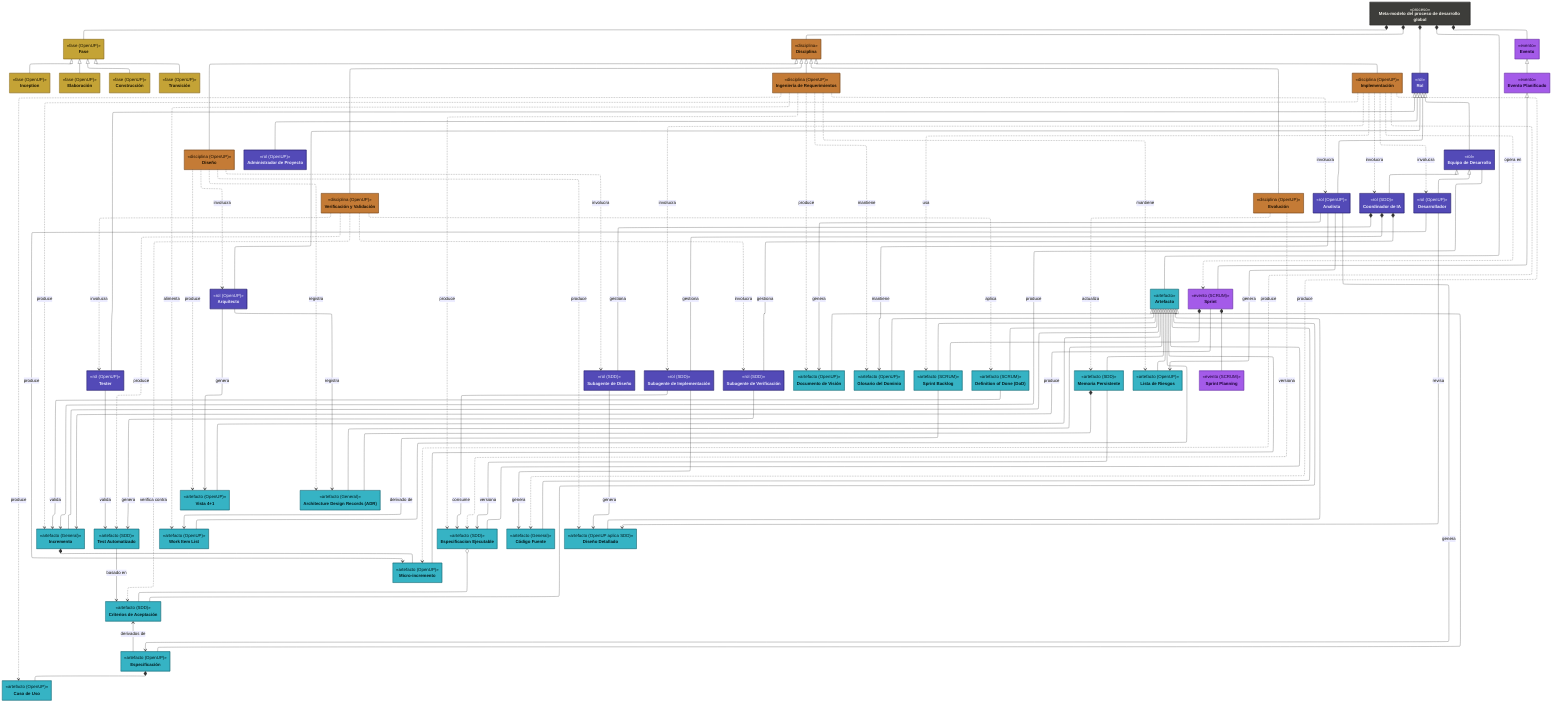
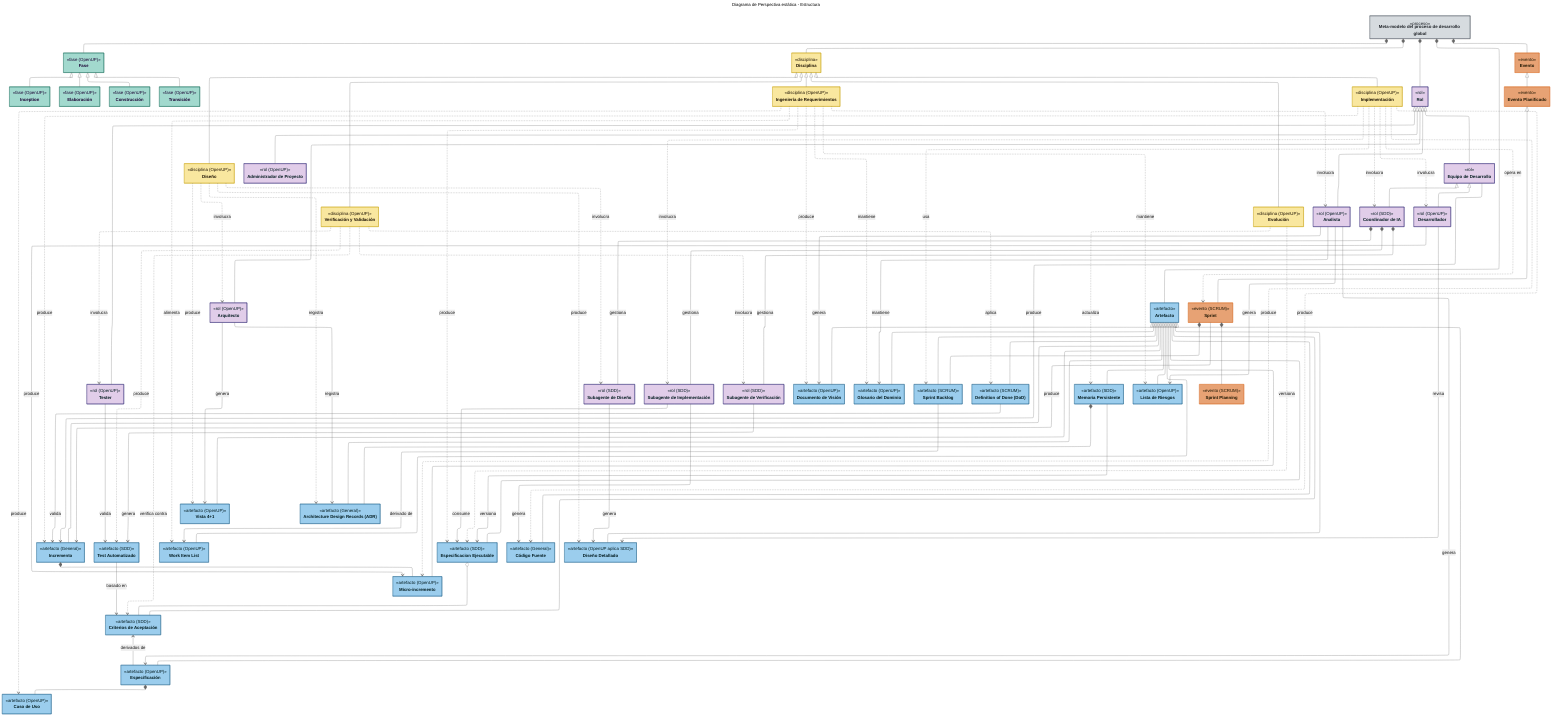
---
config:
   layout: elk
   class:
      hideEmptyMembersBox: true
+    theme: neutral
+ title: Diagrama de Perspectiva estática - Estructura
---
classDiagram


class MetamodeloProceso["Meta-modelo del proceso de desarrollo global"]:::proceso {
   <<proceso>>
}


class Fase["Fase"]:::fase {
   <<fase (OpenUP)>>
}
class FaseInception["Inception"]:::fase {
   <<fase (OpenUP)>>
}
class FaseElaboracion["Elaboración"]:::fase {
   <<fase (OpenUP)>>
}
class FaseConstruccion["Construcción"]:::fase {
   <<fase (OpenUP)>>
}
class FaseTransicion["Transición"]:::fase {
   <<fase (OpenUP)>>
}


class Disciplina["Disciplina"]:::disciplina {
   <<disciplina>>
}
class DisciplinaRequerimientos["Ingeniería de Requerimientos"]:::disciplina {
   <<disciplina (OpenUP)>>
}
class DisciplinaDiseno["Diseño"]:::disciplina {
   <<disciplina (OpenUP)>>
}
class DisciplinaImplementacion["Implementación"]:::disciplina {
   <<disciplina (OpenUP)>>
}
class DisciplinaVerificacion["Verificación y Validación"]:::disciplina {
   <<disciplina (OpenUP)>>
}
class DisciplinaEvolucion["Evolución"]:::disciplina {
   <<disciplina (OpenUP)>>
}


class Rol["Rol"]:::rol {
   <<rol>>
}
class AdministradorProyecto["Administrador de Proyecto"]:::rol{
   <<rol (OpenUP)>>
}
class Analista["Analista"]:::rol {
   <<rol (OpenUP)>>
}
class Arquitecto["Arquitecto"]:::rol {
   <<rol (OpenUP)>>
}
class Tester["Tester"]:::rol {
   <<rol (OpenUP)>>
}
class EquipoDesarrollo["Equipo de Desarrollo"]:::rol {
   <<rol>>
}
class CoordinadorIA["Coordinador de IA"]:::rol {
   <<rol (SDD)>>
}
class SubagenteDiseno["Subagente de Diseño"]:::rol {
   <<rol (SDD)>>
}
class SubagenteImplementacion["Subagente de Implementación"]:::rol {
   <<rol (SDD)>>
}
class SubagenteVerificacion["Subagente de Verificación"]:::rol {
   <<rol (SDD)>>
}
class Desarrollador["Desarrollador"]:::rol {
   <<rol (OpenUP)>>
}


class Artefacto["Artefacto"]:::artefacto {
   <<artefacto>>
}
class DocumentoVision["Documento de Visión"]:::artefacto {
   <<artefacto (OpenUP)>>
}
class Glosario["Glosario del Dominio"]:::artefacto {
   <<artefacto (OpenUP)>>
}
class CasoUso["Caso de Uso"]:::artefacto {
   <<artefacto (OpenUP)>>
}
class Especificacion["Especificación"]:::artefacto {
   <<artefacto (OpenUP)>>
}
class CriteriosAceptacion["Criterios de Aceptación"]:::artefacto {
   <<artefacto (SDD)>>
}
class Incremento["Incremento"]:::artefacto {
   <<artefacto (General)>>
}
class MicroIncremento["Micro-incremento"]:::artefacto {
   <<artefacto (OpenUP)>>
}
class Vista41["Vista 4+1"]:::artefacto {
   <<artefacto (OpenUP)>>
}
class TestAutomatizado["Test Automatizado"]:::artefacto {
   <<artefacto (SDD)>>
}
class WorkItemList["Work Item List"]:::artefacto {
   <<artefacto (OpenUP)>>
}
class SprintBacklog["Sprint Backlog"]:::artefacto {
   <<artefacto (SCRUM)>>
}
class DoD["Definition of Done (DoD)"]:::artefacto {
   <<artefacto (SCRUM)>>
}
class EspecificacionEjecutable["Especificacion Ejecutable"]:::artefacto {
   <<artefacto (SDD)>>
}
class ADR["Architecture Design Records (ADR)"]:::artefacto {
   <<artefacto (General)>>
}
class MemoriaPersistente["Memoria Persistente"]:::artefacto {
   <<artefacto (SDD)>>
}
class ListaRiesgos["Lista de Riesgos"]:::artefacto {
   <<artefacto (OpenUP)>>
}
class CodigoFuente["Código Fuente"]:::artefacto {
   <<artefacto (General)>>
}
class DisenioDetallado["Diseño Detallado"]:::artefacto {
   <<artefacto (OpenUP aplica SDD)>>
}


class Evento["Evento"]:::evento {
   <<evento>>
}
class EventoPlanificado["Evento Planificado"]:::evento {
   <<evento>>
}
class Sprint["Sprint"]:::evento {
   <<evento (SCRUM)>>
}
class SprintPlanning["Sprint Planning"]:::evento {
   <<evento (SCRUM)>>
}


MetamodeloProceso *-- Fase
MetamodeloProceso *-- Disciplina
MetamodeloProceso *-- Rol
MetamodeloProceso *-- Artefacto
MetamodeloProceso *-- Evento

Fase <|-- FaseInception
Fase <|-- FaseElaboracion
Fase <|-- FaseConstruccion
Fase <|-- FaseTransicion

Disciplina <|-- DisciplinaRequerimientos
Disciplina <|-- DisciplinaDiseno
Disciplina <|-- DisciplinaImplementacion
Disciplina <|-- DisciplinaVerificacion
Disciplina <|-- DisciplinaEvolucion

Rol <|-- AdministradorProyecto
Rol <|-- Analista
Rol <|-- Arquitecto
Rol <|-- Tester
Rol <|-- EquipoDesarrollo
EquipoDesarrollo <|-- Desarrollador
EquipoDesarrollo <|-- CoordinadorIA
CoordinadorIA *-- SubagenteDiseno : gestiona
CoordinadorIA *-- SubagenteImplementacion : gestiona
CoordinadorIA *-- SubagenteVerificacion : gestiona

Artefacto <|-- DocumentoVision
Artefacto <|-- Glosario
Artefacto <|-- Especificacion
Especificacion *-- CasoUso
Artefacto <|-- CodigoFuente
Artefacto <|-- CriteriosAceptacion
Artefacto <|-- Incremento
Artefacto <|-- MicroIncremento
Incremento *-- MicroIncremento
Artefacto <|-- Vista41
Artefacto <|-- WorkItemList
Artefacto <|-- SprintBacklog
Artefacto <|-- DoD
Artefacto <|-- EspecificacionEjecutable
EspecificacionEjecutable o-- CriteriosAceptacion
Artefacto <|-- ADR
Artefacto <|-- MemoriaPersistente
Artefacto <|-- ListaRiesgos
Artefacto <|-- DisenioDetallado

Evento <|-- EventoPlanificado
EventoPlanificado <|-- Sprint
Sprint *-- SprintPlanning

DisciplinaRequerimientos ..> CasoUso : produce
DisciplinaRequerimientos ..> DocumentoVision : produce
DisciplinaRequerimientos ..> Glosario : mantiene
DisciplinaRequerimientos ..> ListaRiesgos : mantiene
DisciplinaRequerimientos ..> EspecificacionEjecutable : produce
DisciplinaRequerimientos ..> WorkItemList : alimenta
DisciplinaRequerimientos ..> Analista : involucra

DisciplinaDiseno ..> Vista41 : produce
DisciplinaDiseno ..> ADR : registra
DisciplinaDiseno ..> DisenioDetallado : produce
DisciplinaDiseno ..> Arquitecto : involucra
DisciplinaDiseno ..> SubagenteDiseno : involucra

DisciplinaImplementacion ..> CodigoFuente : produce
DisciplinaImplementacion ..> MicroIncremento : produce
DisciplinaImplementacion ..> Incremento : produce
DisciplinaImplementacion ..> Sprint : opera en
DisciplinaImplementacion ..> SprintBacklog : usa
DisciplinaImplementacion ..> Desarrollador : involucra
DisciplinaImplementacion ..> SubagenteImplementacion : involucra
DisciplinaImplementacion ..> CoordinadorIA : involucra

DisciplinaVerificacion ..> TestAutomatizado : produce
DisciplinaVerificacion ..> CriteriosAceptacion : verifica contra
DisciplinaVerificacion ..> DoD : aplica
DisciplinaVerificacion ..> Tester : involucra
DisciplinaVerificacion ..> SubagenteVerificacion : involucra

DisciplinaEvolucion ..> EspecificacionEjecutable : versiona
DisciplinaEvolucion ..> MemoriaPersistente : actualiza

Analista --> ListaRiesgos : genera
Analista --> DocumentoVision : genera
Analista --> Especificacion : genera
Analista --> Glosario : mantiene
Arquitecto --> Vista41 : genera
Arquitecto --> ADR : registra
SubagenteDiseno --> DisenioDetallado : genera
SubagenteImplementacion --> EspecificacionEjecutable : consume
SubagenteImplementacion --> CodigoFuente : genera
SubagenteVerificacion --> TestAutomatizado : genera
Tester --> TestAutomatizado : valida
EquipoDesarrollo --> Incremento : produce
Desarrollador --> MicroIncremento : produce
Desarrollador --> DisenioDetallado : revisa
CriteriosAceptacion <-- Especificacion : derivados de
TestAutomatizado --> CriteriosAceptacion : basado en
MemoriaPersistente *-- ADR
MemoriaPersistente --> EspecificacionEjecutable : versiona
Sprint *-- SprintBacklog
SprintBacklog --> WorkItemList : derivado de
Sprint --> Incremento : produce
DoD --> Incremento : valida


- classDef proceso fill:#3d3d3a,stroke:#2C2C2A,color:#F1EFE8
- classDef fase fill:#c4a336,stroke:#8a6f1f,color:#1a1400
- classDef disciplina fill:#c47b36,stroke:#7a4a1d,color:#1a0f00
- classDef evento fill:#a45be9,stroke:#6a2fa8,color:#1a0033
- classDef rol fill:#534AB7,stroke:#2c2570,color:#eeeeff
- classDef artefacto fill:#36b3c4,stroke:#1d6e7a,color:#001a1e
+ classDef proceso fill:#D6DBDF,stroke:#48515B,color:#1F2328
+ classDef fase fill:#A2D9CE,stroke:#0E6655,color:#1a0033
+ classDef disciplina fill:#F9E79F,stroke:#C5A00D,color:#1a0f00
+ classDef evento fill:#E7A274,stroke:#D96E26,color:#1a1400
+ classDef rol fill:#E1CDE9,stroke:#2c2570,color:#001a1e
+ classDef artefacto fill: #9BCDED,stroke:#21618C,color:#001a1e
